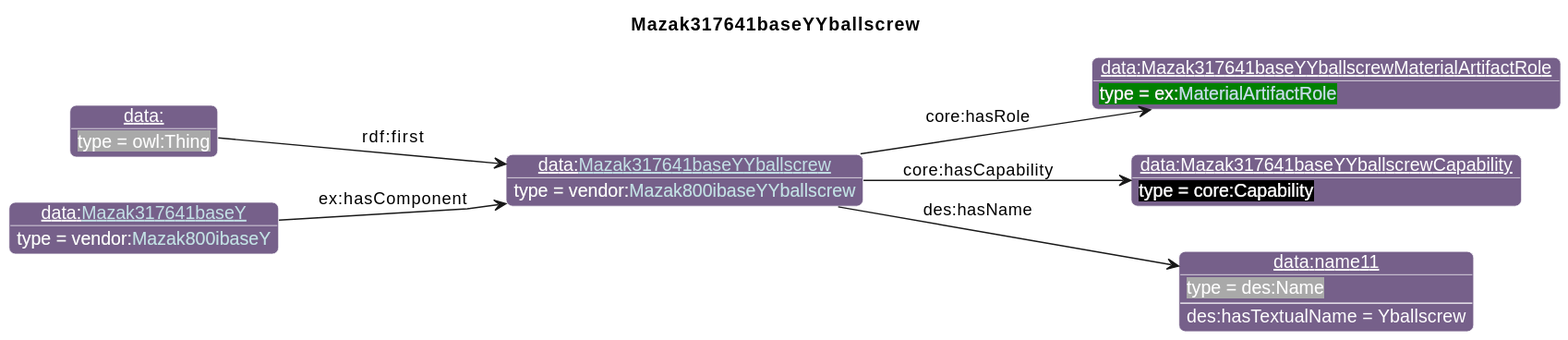
This is diagrams/Mazak317641baseYYballscrew.svg from iofoundry/example-syseng-mtconnect, a PlantUML export, as it was before one commit.
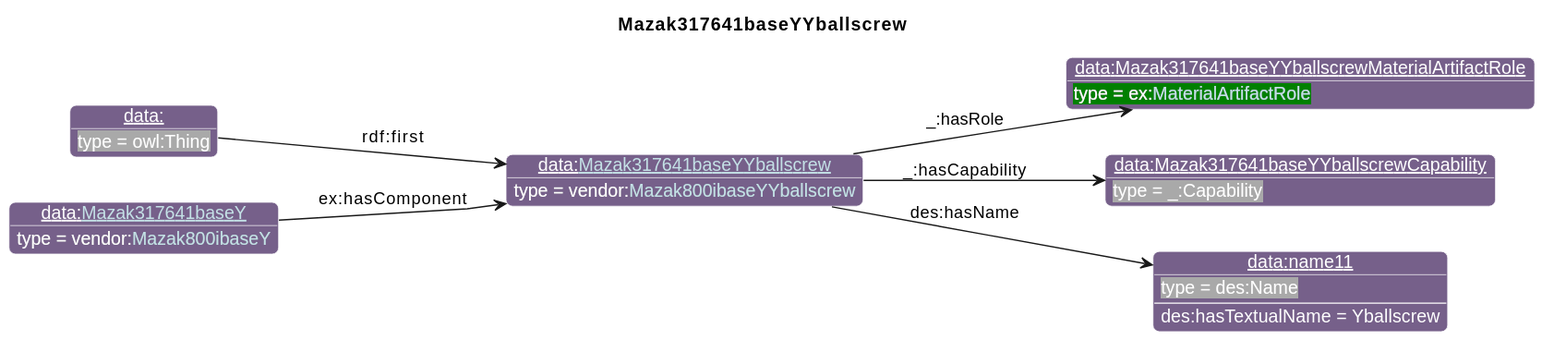
The same diagram one commit later.

Diff of the diagram source:
```diff
@@ -27,12 +27,12 @@
       }
 individual(o0, data:[[./Mazak317641baseYYballscrew.html Mazak317641baseYYballscrew]], vendor:[[../Mazak.html#Mazak800ibaseYYballscrew Mazak800ibaseYYballscrew]])
 individual(o1, data:Mazak317641baseYYballscrewMaterialArtifactRole, ex:[[../Example.html#MaterialArtifactRole MaterialArtifactRole]])
-individual(o2, data:Mazak317641baseYYballscrewCapability, core:Capability)
+individual(o2, data:Mazak317641baseYYballscrewCapability, _:Capability)
 individual(o3, data:name11, des:Name)
 individual(o4, data:, owl:Thing)
 individual(o5, data:[[./Mazak317641baseY.html Mazak317641baseY]], vendor:[[../Mazak.html#Mazak800ibaseY Mazak800ibaseY]])
-property(o0, "core:hasRole", o1)
-property(o0, "core:hasCapability", o2)
+property(o0, "_:hasRole", o1)
+property(o0, "_:hasCapability", o2)
 property(o0, "des:hasName", o3)
 data(o3, "des:hasTextualName", "Yballscrew")
 property(o4, "rdf:first", o0)
```
